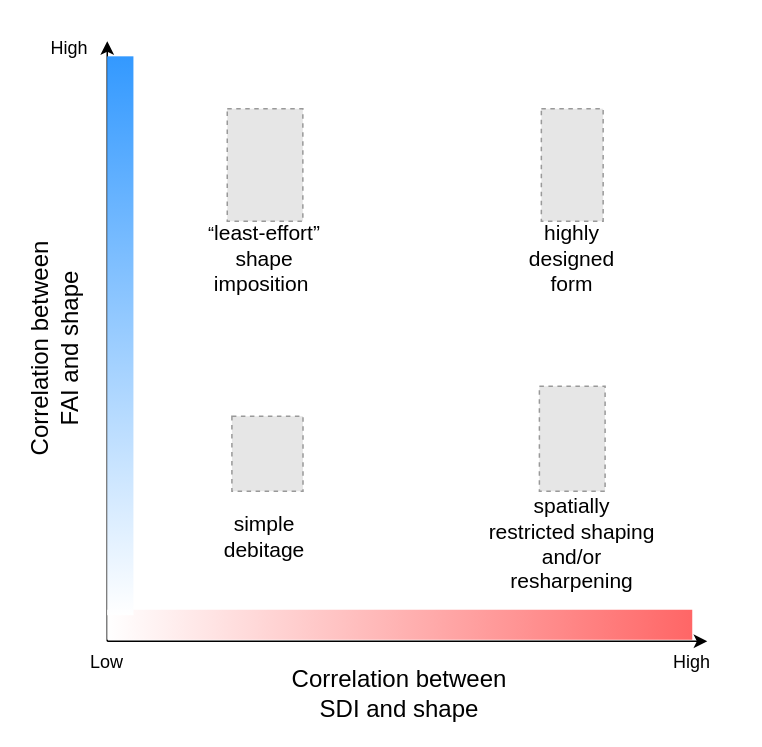
Earlier version of the draw.io diagram figure/FAI_SDI.drawio (Raylc/gona-imposed-form). Source tidied: cells renumbered, new cells numbered last; positions are measured from the earlier drawing's top-left corner, leaving out a move shared by most shapes. Both pictures are drawn from the tidied source at 150%, with x=0, y=0 at pixel (-160, 26). Pictures stored in the file or linked from it are replaced by grey dashed boxes.
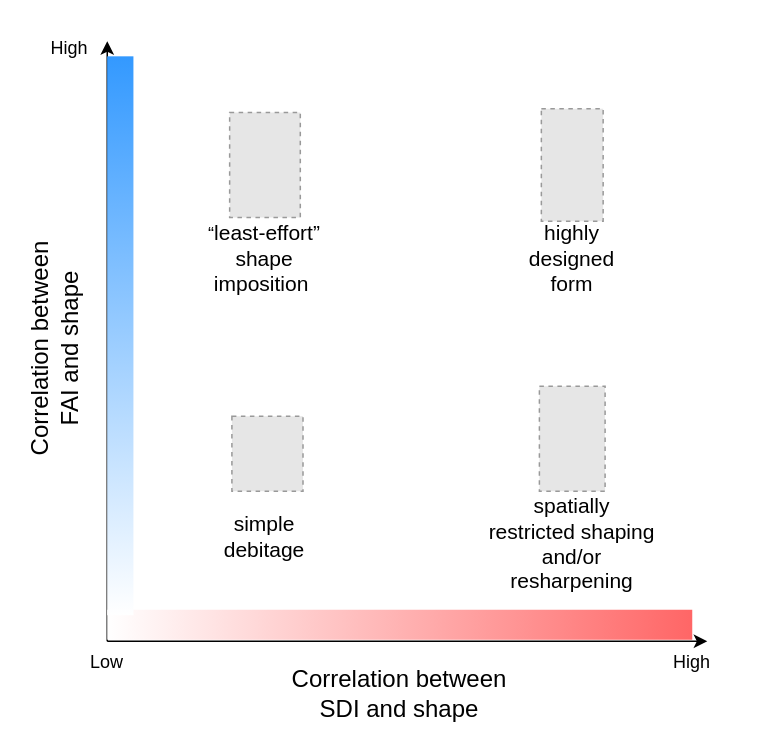
After the change.

Change to the diagram source:
```diff
@@
-    <mxCell id="13" style="fillColor=#E6E6E6;strokeColor=#999999;dashed=1;verticalLabelPosition=bottom;labelBackgroundColor=default;verticalAlign=top;" parent="1" vertex="1">
-      <mxGeometry x="258" y="55" width="50.4" height="75" as="geometry" />
-    </mxCell>
@@
+    <mxCell id="19" style="fillColor=#E6E6E6;strokeColor=#999999;dashed=1;verticalLabelPosition=bottom;labelBackgroundColor=default;verticalAlign=top;" parent="1" vertex="1">
+      <mxGeometry x="259.6" y="57.5" width="47.1" height="70" as="geometry" />
+    </mxCell>
```
